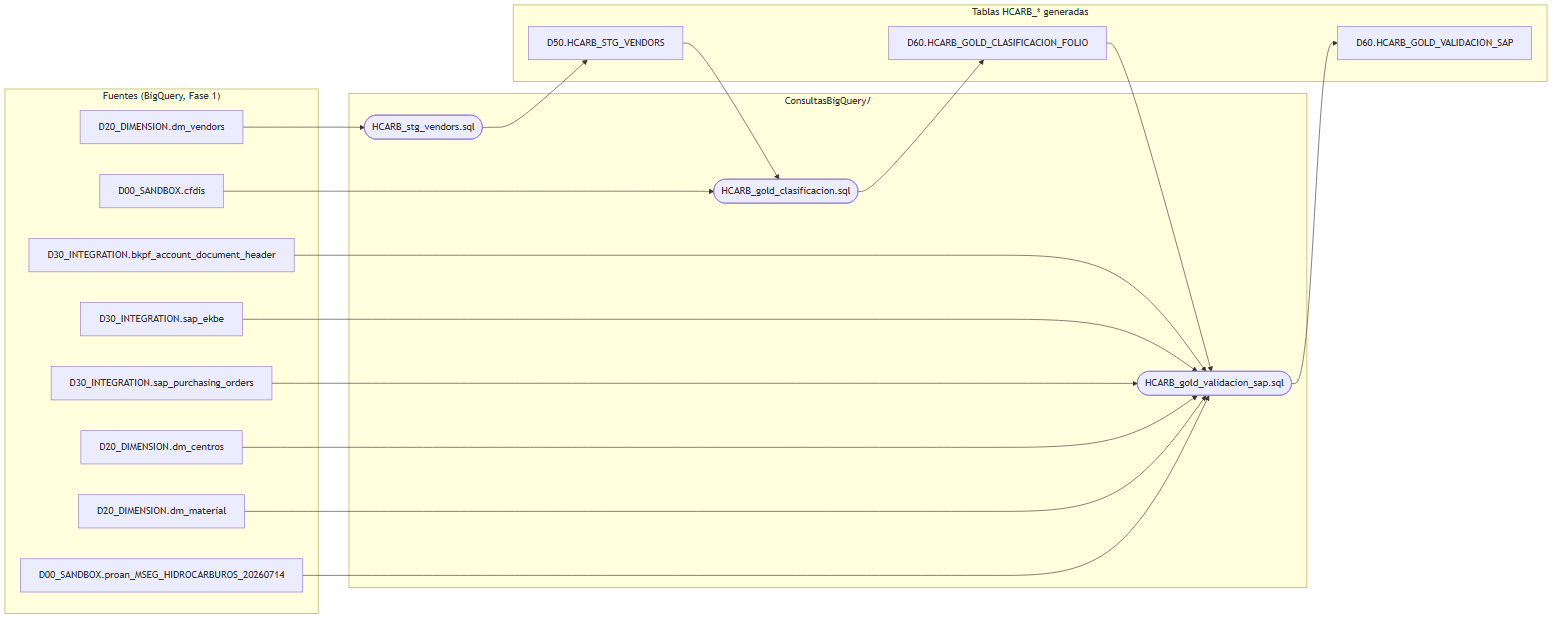
Above: ConsultasBigQuery/linaje-tablas.png in quantrueSL/proan-hidrocarburos (Mermaid), before the change. Its source is kept beside it as ConsultasBigQuery/linaje-tablas.mmd. The source it was exported from:
```mermaid
flowchart LR
    subgraph Fuentes["Fuentes (BigQuery, Fase 1)"]
        dm_vendors["D20_DIMENSION.dm_vendors"]
        cfdis["D00_SANDBOX.cfdis"]
        bkpf["D30_INTEGRATION.bkpf_account_document_header"]
        ekbe["D30_INTEGRATION.sap_ekbe"]
        po["D30_INTEGRATION.sap_purchasing_orders"]
        centros["D20_DIMENSION.dm_centros"]
        material["D20_DIMENSION.dm_material"]
        mseg["D00_SANDBOX.proan_MSEG_HIDROCARBUROS_20260714"]
    end

    subgraph Queries["ConsultasBigQuery/"]
        q1(["HCARB_stg_vendors.sql"])
        q2(["HCARB_gold_clasificacion.sql"])
        q3(["HCARB_gold_validacion_sap.sql"])
    end

    subgraph Tablas["Tablas HCARB_* generadas"]
        stg_vendors["D50.HCARB_STG_VENDORS"]
        gold_folio["D60.HCARB_GOLD_CLASIFICACION_FOLIO"]
        gold_sap["D60.HCARB_GOLD_VALIDACION_SAP"]
    end

    dm_vendors --> q1
    q1 --> stg_vendors

    cfdis --> q2
    stg_vendors --> q2
    q2 --> gold_folio

    gold_folio --> q3
    bkpf --> q3
    ekbe --> q3
    po --> q3
    centros --> q3
    material --> q3
    mseg --> q3
    q3 --> gold_sap
```
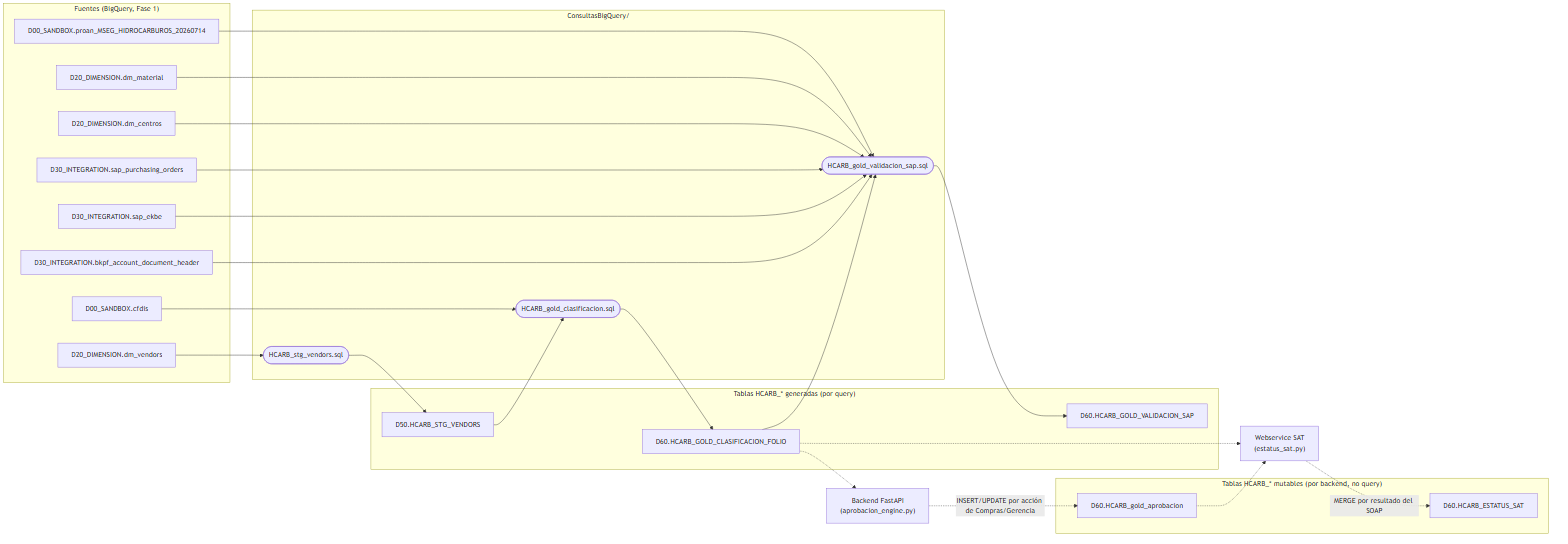
After the change.

What changed in the source:
```diff
@@ -16,11 +16,19 @@
         q3(["HCARB_gold_validacion_sap.sql"])
     end
 
-    subgraph Tablas["Tablas HCARB_* generadas"]
+    subgraph Tablas["Tablas HCARB_* generadas (por query)"]
         stg_vendors["D50.HCARB_STG_VENDORS"]
         gold_folio["D60.HCARB_GOLD_CLASIFICACION_FOLIO"]
         gold_sap["D60.HCARB_GOLD_VALIDACION_SAP"]
     end
+
+    subgraph Mutables["Tablas HCARB_* mutables (por backend, no query)"]
+        gold_aprob["D60.HCARB_gold_aprobacion"]
+        estatus_sat["D60.HCARB_ESTATUS_SAT"]
+    end
+
+    backend["Backend FastAPI<br/>(aprobacion_engine.py)"]
+    webservice["Webservice SAT<br/>(estatus_sat.py)"]
 
     dm_vendors --> q1
     q1 --> stg_vendors
@@ -37,3 +45,10 @@
     material --> q3
     mseg --> q3
     q3 --> gold_sap
+
+    gold_folio -.-> backend
+    backend -.->|INSERT/UPDATE por acción de Compras/Gerencia| gold_aprob
+
+    gold_folio -.-> webservice
+    gold_aprob -.-> webservice
+    webservice -.->|MERGE por resultado del SOAP| estatus_sat
```
